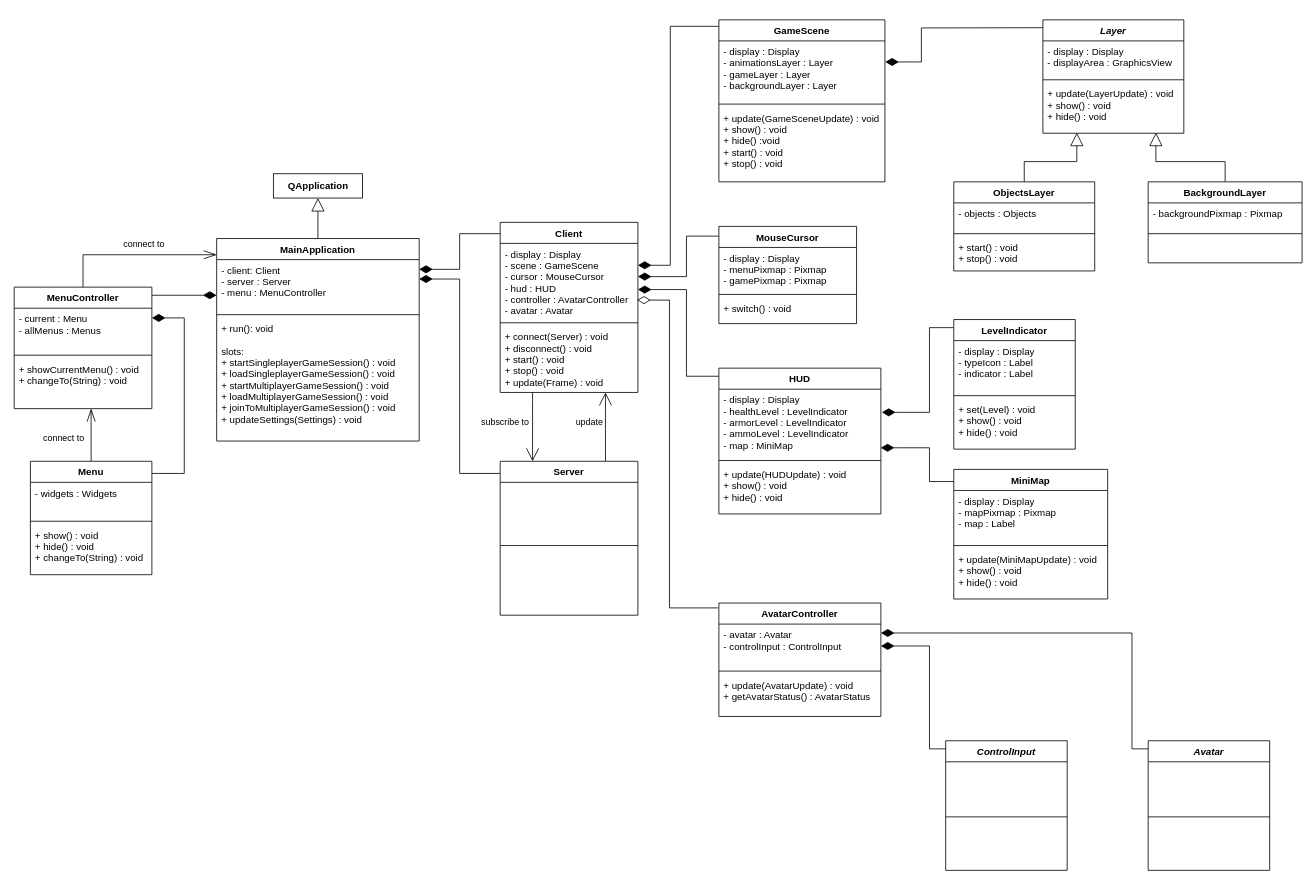
TadekBiela/heisttown keeps this draw.io diagram as doc/class_diagram.drawio. Above is the earlier version. Source tidied: cells renumbered, new cells numbered last; positions are measured from the earlier drawing's top-left corner, leaving out a move shared by most shapes. Both pictures are drawn from the tidied source at 81%, with x=0, y=0 at pixel (14, 19).
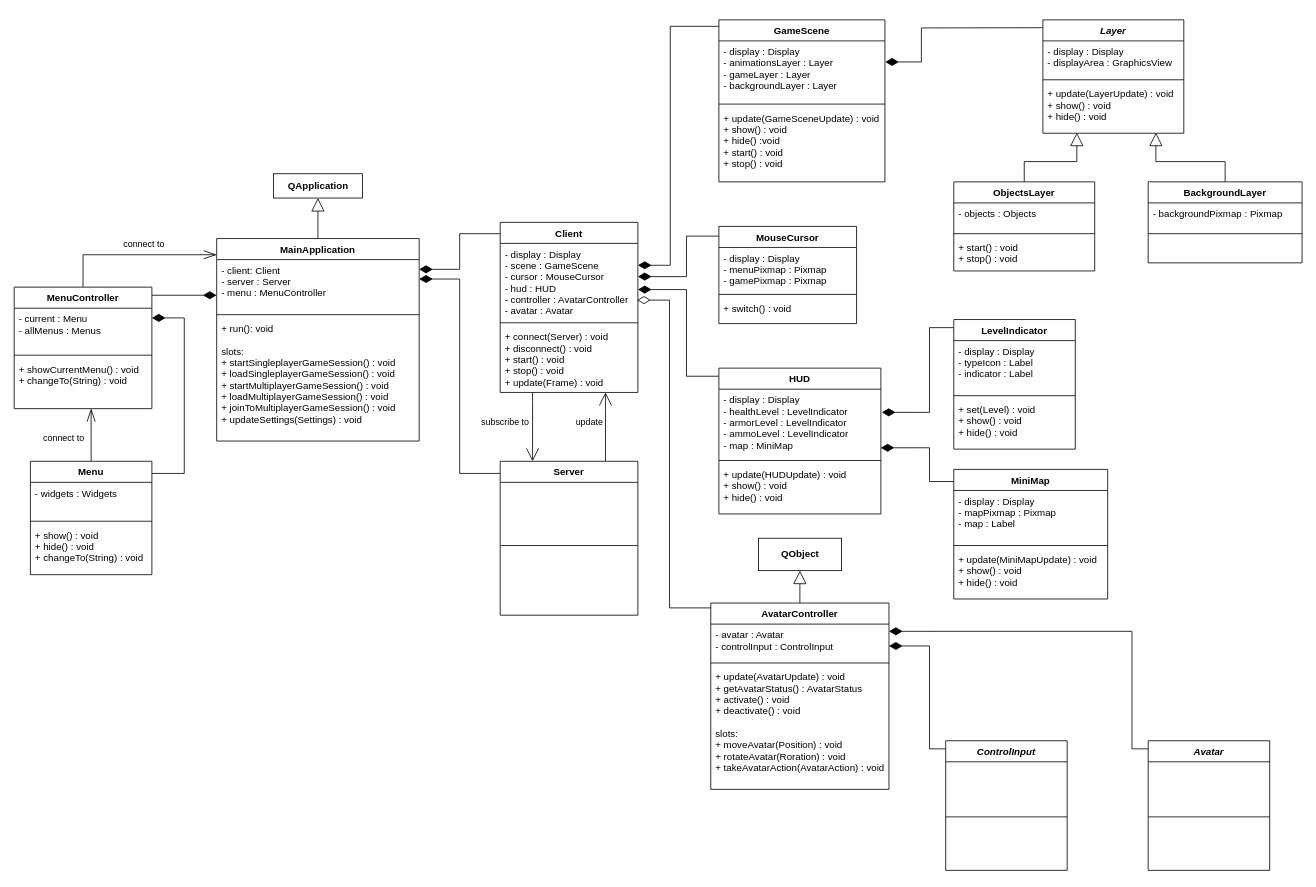
The same page after the edit.

Commit message:
Update AvatarController class

The change refers to these unchanged cells:
```xml
<mxCell id="86" value="Avatar" style="swimlane;fontStyle=3;align=center;verticalAlign=top;horizontal=1;startSize=26;" parent="1" vertex="1">
  <mxGeometry x="1400" y="890" width="150" height="160" as="geometry" />
</mxCell>
```

Change to the diagram source:
```diff
@@
+    <mxCell id="90" style="edgeStyle=orthogonalEdgeStyle;rounded=0;jettySize=auto;html=1;endSize=14;endArrow=block;endFill=0;" parent="1" edge="1" source="46" target="91">
+      <mxGeometry relative="1" as="geometry" />
+    </mxCell>
     <mxCell id="46" value="AvatarController" style="swimlane;fontStyle=1;align=center;verticalAlign=top;horizontal=1;startSize=26;" parent="1" vertex="1">
-      <mxGeometry x="870" y="720" width="200" height="140" as="geometry" />
+      <mxGeometry x="860" y="720" width="220" height="230" as="geometry" />
     </mxCell>
     <mxCell id="47" value="- avatar : Avatar&#10;- controlInput : ControlInput" style="text;strokeColor=none;fillColor=none;align=left;verticalAlign=top;spacingLeft=4;spacingRight=4;overflow=hidden;points=[[0,0.5],[1,0.5]];portConstraint=eastwest;" parent="46" vertex="1">
-      <mxGeometry y="26" width="200" height="54" as="geometry" />
+      <mxGeometry y="26" width="220" height="44" as="geometry" />
     </mxCell>
     <mxCell id="48" style="line;strokeWidth=1;fillColor=none;align=left;verticalAlign=middle;spacingTop=-1;spacingLeft=3;spacingRight=3;labelPosition=right;" parent="46" vertex="1">
-      <mxGeometry y="80" width="200" height="8" as="geometry" />
+      <mxGeometry y="70" width="220" height="8" as="geometry" />
     </mxCell>
-    <mxCell id="49" value="+ update(AvatarUpdate) : void&#10;+ getAvatarStatus() : AvatarStatus" style="text;strokeColor=none;fillColor=none;align=left;verticalAlign=top;spacingLeft=4;spacingRight=4;overflow=hidden;" parent="46" vertex="1">
-      <mxGeometry y="88" width="200" height="52" as="geometry" />
+    <mxCell id="49" value="+ update(AvatarUpdate) : void&#10;+ getAvatarStatus() : AvatarStatus&#10;+ activate() : void&#10;+ deactivate() : void&#10;&#10;slots:&#10;+ moveAvatar(Position) : void&#10;+ rotateAvatar(Roration) : void&#10;+ takeAvatarAction(AvatarAction) : void" style="text;strokeColor=none;fillColor=none;align=left;verticalAlign=top;spacingLeft=4;spacingRight=4;overflow=hidden;" parent="46" vertex="1">
+      <mxGeometry y="78" width="220" height="152" as="geometry" />
     </mxCell>
@@
     <mxCell id="85" style="edgeStyle=orthogonalEdgeStyle;rounded=0;jettySize=auto;html=1;entryX=1;entryY=0.203;entryDx=0;entryDy=0;entryPerimeter=0;endArrow=diamondThin;endFill=1;endSize=14;" parent="1" edge="1" source="86" target="47">
       <mxGeometry relative="1" as="geometry">
         <Array as="points">
           <mxPoint x="1380" y="900" />
-          <mxPoint x="1380" y="757" />
+          <mxPoint x="1380" y="755" />
         </Array>
       </mxGeometry>
     </mxCell>
@@
+    <mxCell id="91" value="QObject" style="html=1;fontStyle=1;" parent="1" vertex="1">
+      <mxGeometry x="918.8" y="640" width="102.5" height="40" as="geometry" />
+    </mxCell>
```
